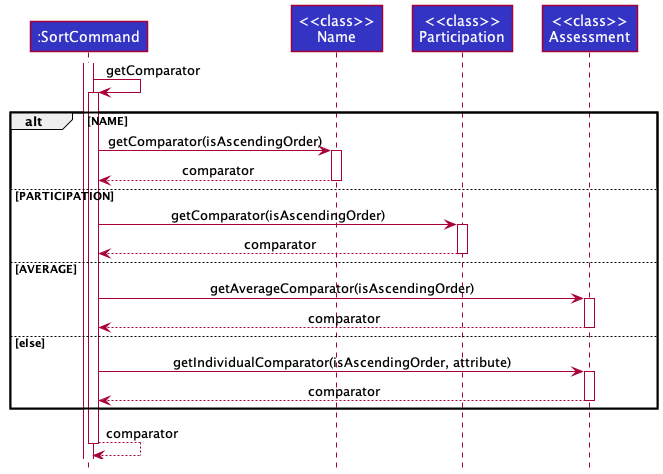
Above: docs/images/logic/commands/sortcommand/GetComparatorSequenceDiagram.png in nus-cs2103-AY2122S1/tp (PlantUML), before the change. Source of this version:
```plantuml
@startuml
!include ../../../style.puml

Participant ":SortCommand" as sc LOGIC_COLOR
Participant "<<class>>\nName" as name LOGIC_COLOR
Participant "<<class>>\nParticipation" as part LOGIC_COLOR
Participant "<<class>>\nAssessment" as assess LOGIC_COLOR

activate sc
sc -> sc ++ : getComparator

alt NAME
sc -> name ++ : getComparator(isAscendingOrder)
name --> sc -- : comparator

else PARTICIPATION
sc -> part ++ : getComparator(isAscendingOrder)
part --> sc -- : comparator

else AVERAGE
sc -> assess ++ : getAverageComparator(isAscendingOrder)
assess --> sc -- : comparator

else else
sc -> assess ++ : getIndividualComparator(isAscendingOrder, attribute)
assess --> sc -- : comparator

end

sc --> sc -- : comparator

@enduml
```
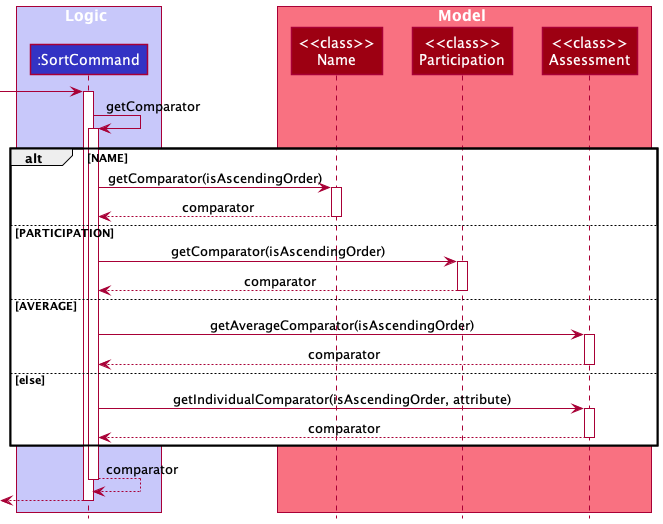
Later version of the same file.

The edit, as a diff of the source:
```diff
@@ -1,12 +1,17 @@
 @startuml
 !include ../../../style.puml
 
+box Logic LOGIC_COLOR_T1
 Participant ":SortCommand" as sc LOGIC_COLOR
-Participant "<<class>>\nName" as name LOGIC_COLOR
-Participant "<<class>>\nParticipation" as part LOGIC_COLOR
-Participant "<<class>>\nAssessment" as assess LOGIC_COLOR
+end box
 
-activate sc
+box Model MODEL_COLOR_T1
+Participant "<<class>>\nName" as name MODEL_COLOR
+Participant "<<class>>\nParticipation" as part MODEL_COLOR
+Participant "<<class>>\nAssessment" as assess MODEL_COLOR
+end box
+
+-> sc ++
 sc -> sc ++ : getComparator
 
 alt NAME
@@ -28,5 +33,5 @@
 end
 
 sc --> sc -- : comparator
-
+<-- sc --
 @enduml
```
